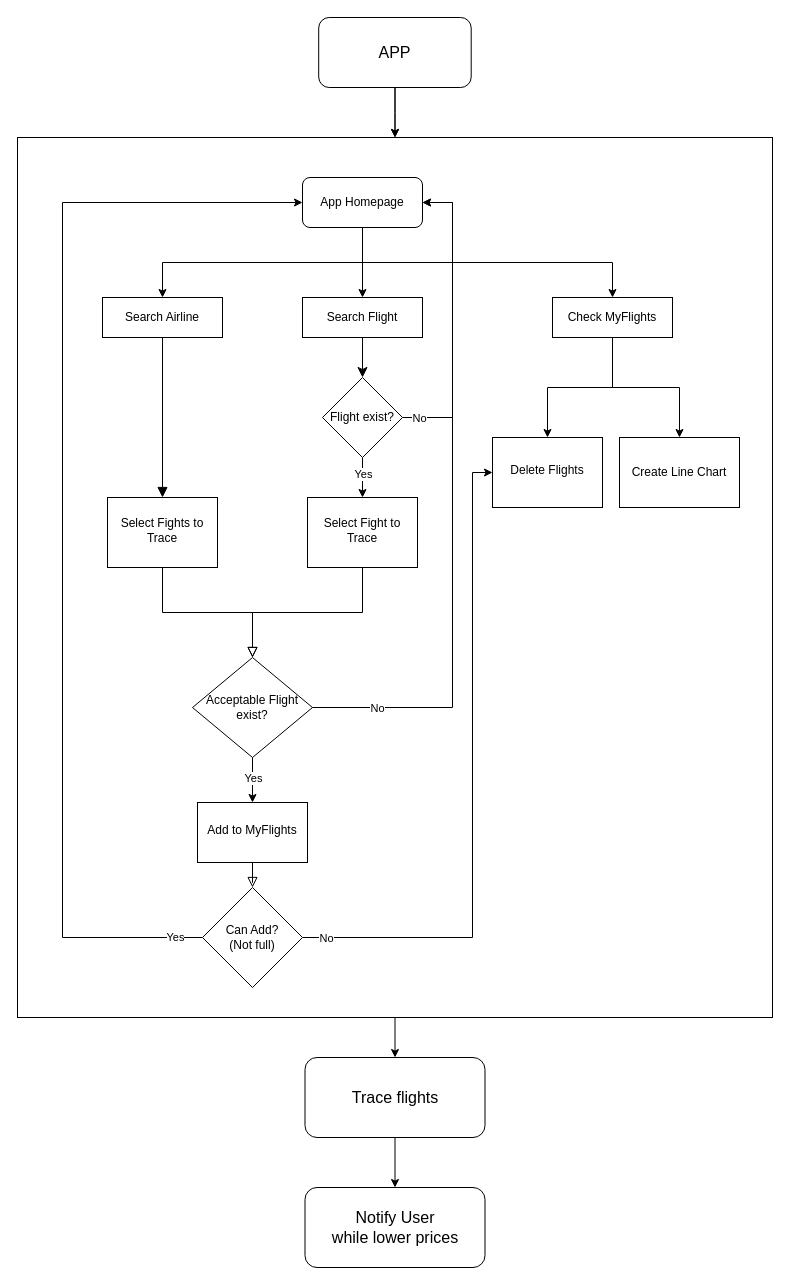
Above: FlightTicket_flow.drawio in CY-Marowak/FlightTicketProject (draw.io), before the change. Source tidied: cells renumbered, new cells numbered last; positions are measured from the earlier drawing's top-left corner, leaving out a move shared by most shapes. Both pictures are drawn from the tidied source at 100%, with x=0, y=0 at pixel (17, 17).
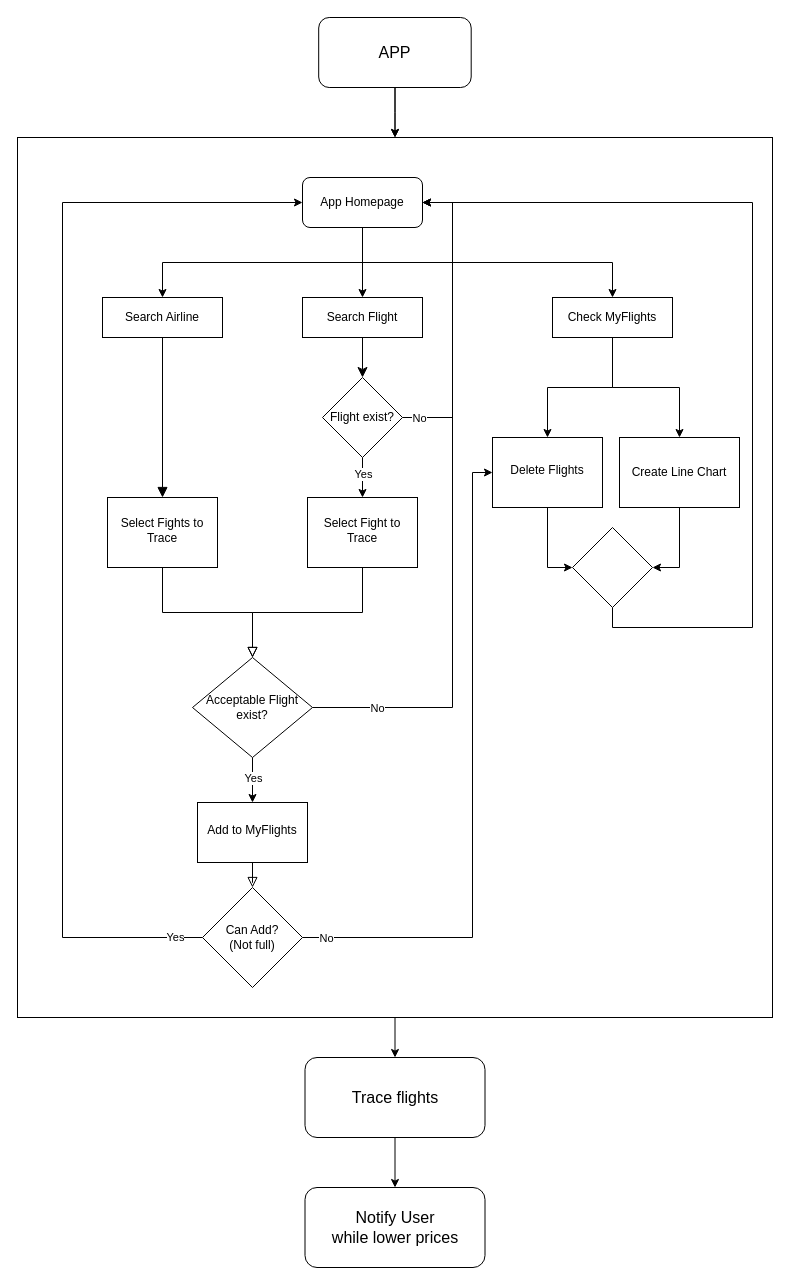
After the change.

Unchanged cells that the change refers to:
```xml
<mxCell id="19" value="App Homepage" style="rounded=1;whiteSpace=wrap;html=1;fontSize=12;glass=0;strokeWidth=1;shadow=0;" parent="1" vertex="1">
  <mxGeometry x="285" y="160" width="120" height="50" as="geometry" />
</mxCell>
<mxCell id="38" value="Delete Flights" style="rounded=0;whiteSpace=wrap;html=1;shadow=0;fontFamily=Helvetica;fontSize=12;align=center;strokeWidth=1;spacing=6;spacingTop=-4;" parent="1" vertex="1">
  <mxGeometry x="475" y="420" width="110" height="70" as="geometry" />
</mxCell>
<mxCell id="43" value="Create Line Chart" style="rounded=0;whiteSpace=wrap;html=1;" parent="1" vertex="1">
  <mxGeometry x="602" y="420" width="120" height="70" as="geometry" />
</mxCell>
```

Diff of the diagram source:
```diff
@@
+    <mxCell id="44" style="edgeStyle=orthogonalEdgeStyle;rounded=0;jettySize=auto;html=1;exitX=0.5;exitY=1;exitDx=0;exitDy=0;entryX=0;entryY=0.5;entryDx=0;entryDy=0;" parent="1" edge="1" source="38" target="47">
+      <mxGeometry relative="1" as="geometry" />
+    </mxCell>
@@
+    <mxCell id="45" style="edgeStyle=orthogonalEdgeStyle;rounded=0;jettySize=auto;html=1;exitX=0.5;exitY=1;exitDx=0;exitDy=0;entryX=1;entryY=0.5;entryDx=0;entryDy=0;" parent="1" edge="1" source="43" target="47">
+      <mxGeometry relative="1" as="geometry" />
+    </mxCell>
@@
+    <mxCell id="46" style="edgeStyle=orthogonalEdgeStyle;rounded=0;jettySize=auto;html=1;exitX=0.5;exitY=1;exitDx=0;exitDy=0;entryX=1;entryY=0.5;entryDx=0;entryDy=0;" parent="1" edge="1" source="47" target="19">
+      <mxGeometry relative="1" as="geometry">
+        <Array as="points">
+          <mxPoint x="595" y="610" />
+          <mxPoint x="735" y="610" />
+          <mxPoint x="735" y="185" />
+        </Array>
+      </mxGeometry>
+    </mxCell>
+    <mxCell id="47" style="rhombus;whiteSpace=wrap;html=1;" parent="1" vertex="1">
+      <mxGeometry x="555" y="510" width="80" height="80" as="geometry" />
+    </mxCell>
```
